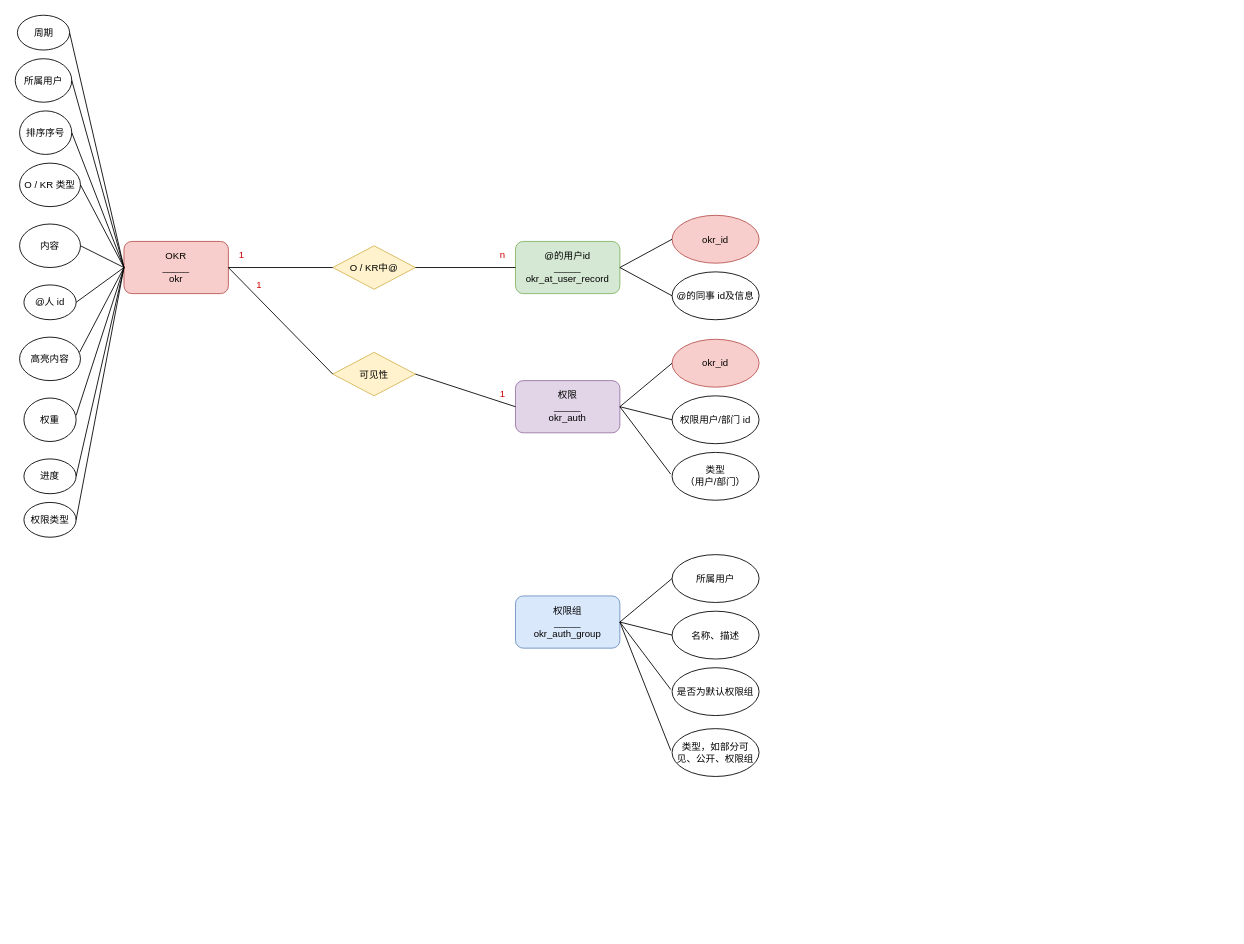
Before: com.ygq/frame/OKR-ER.drawio in ythawed/diagrams, a draw.io diagram. Source tidied: cells renumbered, new cells numbered last; positions are measured from the earlier drawing's top-left corner, leaving out a move shared by most shapes. Both pictures are drawn from the tidied source at 87%, with x=0, y=0 at pixel (15, 15).
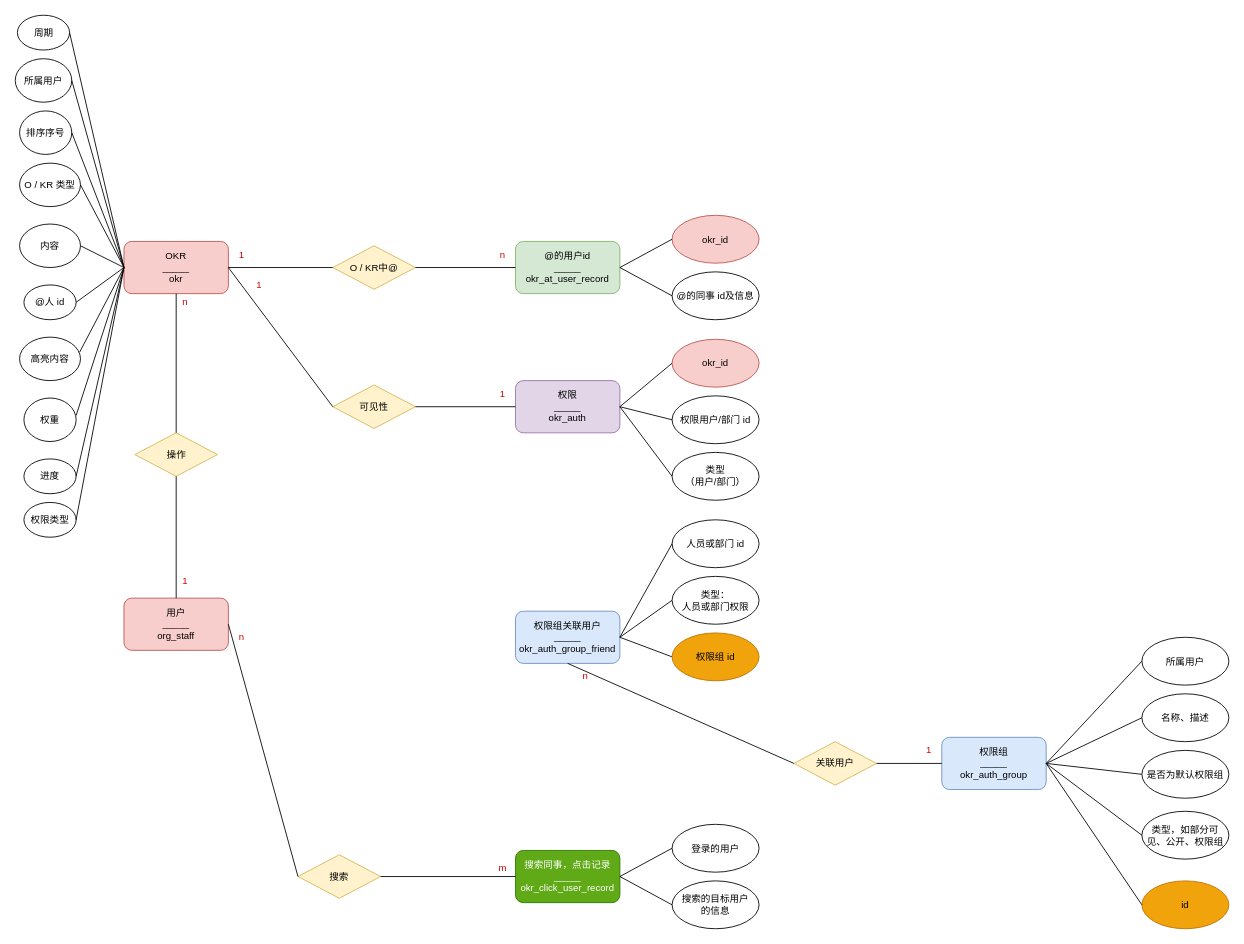
The same diagram, later.

The change refers to these unchanged cells:
```xml
<mxCell id="2" value="OKR&lt;br&gt;_____&lt;br&gt;okr" style="rounded=1;whiteSpace=wrap;html=1;fontFamily=Helvetica;fontSize=11;fillColor=#f8cecc;strokeColor=#b85450;" parent="1" vertex="1">
  <mxGeometry x="125" y="260" width="120" height="60" as="geometry" />
</mxCell>
<mxCell id="33" value="权限&lt;br&gt;_____&lt;br&gt;&lt;span style=&quot;font-size: 11px;&quot;&gt;okr_auth&lt;/span&gt;" style="rounded=1;whiteSpace=wrap;html=1;fontFamily=Helvetica;fontSize=11;fillColor=#e1d5e7;strokeColor=#9673a6;" parent="1" vertex="1">
  <mxGeometry x="575" y="420" width="120" height="60" as="geometry" />
</mxCell>
<mxCell id="38" value="类型&lt;br&gt;（用户/部门）" style="ellipse;whiteSpace=wrap;html=1;fontFamily=Helvetica;fontSize=11;fontColor=default;" parent="1" vertex="1">
  <mxGeometry x="755" y="502.5" width="100" height="55" as="geometry" />
</mxCell>
```

Change to the diagram source:
```diff
@@
-    <mxCell id="37" style="endArrow=none;html=1;rounded=0;labelBackgroundColor=default;fontFamily=Helvetica;fontSize=11;fontColor=default;strokeColor=default;shape=connector;entryX=-0.015;entryY=0.456;entryDx=0;entryDy=0;exitX=1;exitY=0.5;exitDx=0;exitDy=0;entryPerimeter=0;" parent="1" edge="1" source="33" target="38">
+    <mxCell id="37" style="endArrow=none;html=1;rounded=0;labelBackgroundColor=default;fontFamily=Helvetica;fontSize=11;fontColor=default;strokeColor=default;shape=connector;entryX=0;entryY=0.5;entryDx=0;entryDy=0;exitX=1;exitY=0.5;exitDx=0;exitDy=0;" parent="1" edge="1" source="33" target="38">
       <mxGeometry relative="1" as="geometry" />
     </mxCell>
@@
     <mxCell id="40" value="可见性" style="rhombus;whiteSpace=wrap;html=1;fontFamily=Helvetica;fontSize=11;fillColor=#fff2cc;strokeColor=#d6b656;rotation=0;" parent="1" vertex="1">
-      <mxGeometry x="365" y="387.5" width="95" height="50" as="geometry" />
+      <mxGeometry x="365" y="425" width="95" height="50" as="geometry" />
     </mxCell>
@@
-    <mxCell id="45" value="权限组&lt;br&gt;_____&lt;br&gt;&lt;span style=&quot;font-size: 11px;&quot;&gt;okr_auth_group&lt;/span&gt;" style="rounded=1;whiteSpace=wrap;html=1;fontFamily=Helvetica;fontSize=11;fillColor=#dae8fc;strokeColor=#6c8ebf;" parent="1" vertex="1">
-      <mxGeometry x="575" y="667.5" width="120" height="60" as="geometry" />
+    <mxCell id="45" value="权限组关联用户&lt;br&gt;_____&lt;br&gt;&lt;span style=&quot;font-size: 11px;&quot;&gt;okr_auth_group_friend&lt;/span&gt;" style="rounded=1;whiteSpace=wrap;html=1;fontFamily=Helvetica;fontSize=11;fillColor=#dae8fc;strokeColor=#6c8ebf;" parent="1" vertex="1">
+      <mxGeometry x="575" y="685" width="120" height="60" as="geometry" />
     </mxCell>
-    <mxCell id="46" value="所属用户" style="ellipse;whiteSpace=wrap;html=1;fontFamily=Helvetica;fontSize=11;" parent="1" vertex="1">
-      <mxGeometry x="755" y="620" width="100" height="55" as="geometry" />
+    <mxCell id="46" value="人员或部门 id" style="ellipse;whiteSpace=wrap;html=1;fontFamily=Helvetica;fontSize=11;" parent="1" vertex="1">
+      <mxGeometry x="755" y="580" width="100" height="55" as="geometry" />
     </mxCell>
-    <mxCell id="47" value="&lt;span style=&quot;font-size: 11px;&quot;&gt;名称、描述&lt;/span&gt;" style="ellipse;whiteSpace=wrap;html=1;fontFamily=Helvetica;fontSize=11;fontColor=default;" parent="1" vertex="1">
-      <mxGeometry x="755" y="685" width="100" height="55" as="geometry" />
+    <mxCell id="47" value="&lt;span style=&quot;font-size: 11px;&quot;&gt;类型：&lt;br&gt;人员或部门权限&lt;/span&gt;" style="ellipse;whiteSpace=wrap;html=1;fontFamily=Helvetica;fontSize=11;fontColor=default;" parent="1" vertex="1">
+      <mxGeometry x="755" y="645" width="100" height="55" as="geometry" />
     </mxCell>
@@
-    <mxCell id="49" style="endArrow=none;html=1;rounded=0;labelBackgroundColor=default;fontFamily=Helvetica;fontSize=11;fontColor=default;strokeColor=default;shape=connector;entryX=-0.015;entryY=0.456;entryDx=0;entryDy=0;exitX=1;exitY=0.5;exitDx=0;exitDy=0;entryPerimeter=0;" parent="1" edge="1" source="45" target="50">
+    <mxCell id="49" style="endArrow=none;html=1;rounded=0;labelBackgroundColor=default;fontFamily=Helvetica;fontSize=11;fontColor=default;strokeColor=default;shape=connector;entryX=0;entryY=0.5;entryDx=0;entryDy=0;exitX=1;exitY=0.5;exitDx=0;exitDy=0;" parent="1" edge="1" source="45" target="50">
       <mxGeometry relative="1" as="geometry" />
     </mxCell>
-    <mxCell id="50" value="是否为默认权限组" style="ellipse;whiteSpace=wrap;html=1;fontFamily=Helvetica;fontSize=11;fontColor=default;" parent="1" vertex="1">
-      <mxGeometry x="755" y="750" width="100" height="55" as="geometry" />
+    <mxCell id="50" value="权限组 id" style="ellipse;whiteSpace=wrap;html=1;fontFamily=Helvetica;fontSize=11;fontColor=#000000;fillColor=#f0a30a;strokeColor=#BD7000;" parent="1" vertex="1">
+      <mxGeometry x="755" y="710" width="100" height="55" as="geometry" />
     </mxCell>
@@
-    <mxCell id="52" style="endArrow=none;html=1;rounded=0;labelBackgroundColor=default;fontFamily=Helvetica;fontSize=11;fontColor=default;strokeColor=default;shape=connector;entryX=-0.015;entryY=0.456;entryDx=0;entryDy=0;exitX=1;exitY=0.5;exitDx=0;exitDy=0;entryPerimeter=0;" parent="1" edge="1" source="45" target="53">
-      <mxGeometry relative="1" as="geometry" />
-    </mxCell>
+    <mxCell id="54" value="权限组&lt;br&gt;_____&lt;br&gt;&lt;span style=&quot;font-size: 11px;&quot;&gt;okr_auth_group&lt;/span&gt;" style="rounded=1;whiteSpace=wrap;html=1;fontFamily=Helvetica;fontSize=11;fillColor=#dae8fc;strokeColor=#6c8ebf;" parent="1" vertex="1">
+      <mxGeometry x="1065" y="830" width="120" height="60" as="geometry" />
+    </mxCell>
+    <mxCell id="55" value="所属用户" style="ellipse;whiteSpace=wrap;html=1;fontFamily=Helvetica;fontSize=11;" parent="1" vertex="1">
+      <mxGeometry x="1295" y="715" width="100" height="55" as="geometry" />
+    </mxCell>
+    <mxCell id="56" value="&lt;span style=&quot;font-size: 11px;&quot;&gt;名称、描述&lt;/span&gt;" style="ellipse;whiteSpace=wrap;html=1;fontFamily=Helvetica;fontSize=11;fontColor=default;" parent="1" vertex="1">
+      <mxGeometry x="1295" y="780" width="100" height="55" as="geometry" />
+    </mxCell>
+    <mxCell id="57" style="endArrow=none;html=1;rounded=0;labelBackgroundColor=default;fontFamily=Helvetica;fontSize=11;fontColor=default;strokeColor=default;shape=connector;entryX=0;entryY=0.5;entryDx=0;entryDy=0;exitX=1;exitY=0.5;exitDx=0;exitDy=0;" parent="1" edge="1" source="54" target="55">
+      <mxGeometry relative="1" as="geometry" />
+    </mxCell>
+    <mxCell id="58" style="endArrow=none;html=1;rounded=0;labelBackgroundColor=default;fontFamily=Helvetica;fontSize=11;fontColor=default;strokeColor=default;shape=connector;entryX=0;entryY=0.5;entryDx=0;entryDy=0;exitX=1;exitY=0.5;exitDx=0;exitDy=0;" parent="1" edge="1" source="54" target="59">
+      <mxGeometry relative="1" as="geometry" />
+    </mxCell>
+    <mxCell id="59" value="是否为默认权限组" style="ellipse;whiteSpace=wrap;html=1;fontFamily=Helvetica;fontSize=11;fontColor=default;" parent="1" vertex="1">
+      <mxGeometry x="1295" y="845" width="100" height="55" as="geometry" />
+    </mxCell>
+    <mxCell id="60" style="endArrow=none;html=1;rounded=0;labelBackgroundColor=default;fontFamily=Helvetica;fontSize=11;fontColor=default;strokeColor=default;shape=connector;entryX=0;entryY=0.5;entryDx=0;entryDy=0;exitX=1;exitY=0.5;exitDx=0;exitDy=0;" parent="1" edge="1" source="54" target="56">
+      <mxGeometry relative="1" as="geometry" />
+    </mxCell>
+    <mxCell id="61" style="endArrow=none;html=1;rounded=0;labelBackgroundColor=default;fontFamily=Helvetica;fontSize=11;fontColor=default;strokeColor=default;shape=connector;entryX=0;entryY=0.5;entryDx=0;entryDy=0;exitX=1;exitY=0.5;exitDx=0;exitDy=0;" parent="1" edge="1" source="54" target="53">
+      <mxGeometry relative="1" as="geometry" />
+    </mxCell>
     <mxCell id="53" value="类型，如部分可见、公开、权限组" style="ellipse;whiteSpace=wrap;html=1;fontFamily=Helvetica;fontSize=11;fontColor=default;" parent="1" vertex="1">
-      <mxGeometry x="755" y="820" width="100" height="55" as="geometry" />
+      <mxGeometry x="1295" y="915" width="100" height="55" as="geometry" />
     </mxCell>
+    <mxCell id="62" value="id" style="ellipse;whiteSpace=wrap;html=1;fontFamily=Helvetica;fontSize=11;fillColor=#f0a30a;strokeColor=#BD7000;fontColor=#000000;" parent="1" vertex="1">
+      <mxGeometry x="1295" y="995" width="100" height="55" as="geometry" />
+    </mxCell>
+    <mxCell id="63" style="endArrow=none;html=1;rounded=0;labelBackgroundColor=default;fontFamily=Helvetica;fontSize=11;fontColor=default;strokeColor=default;shape=connector;entryX=0;entryY=0.5;entryDx=0;entryDy=0;exitX=1;exitY=0.5;exitDx=0;exitDy=0;" parent="1" edge="1" source="54" target="62">
+      <mxGeometry relative="1" as="geometry" />
+    </mxCell>
+    <mxCell id="64" value="关联用户" style="rhombus;whiteSpace=wrap;html=1;fontFamily=Helvetica;fontSize=11;fillColor=#fff2cc;strokeColor=#d6b656;rotation=0;" parent="1" vertex="1">
+      <mxGeometry x="895" y="835" width="95" height="50" as="geometry" />
+    </mxCell>
+    <mxCell id="65" style="endArrow=none;html=1;rounded=0;labelBackgroundColor=default;fontFamily=Helvetica;fontSize=11;fontColor=default;strokeColor=default;shape=connector;exitX=1;exitY=0.5;exitDx=0;exitDy=0;entryX=0;entryY=0.5;entryDx=0;entryDy=0;" parent="1" edge="1" source="64" target="54">
+      <mxGeometry relative="1" as="geometry" />
+    </mxCell>
+    <mxCell id="66" style="endArrow=none;html=1;rounded=0;labelBackgroundColor=default;fontFamily=Helvetica;fontSize=11;fontColor=default;strokeColor=default;shape=connector;entryX=0;entryY=0.5;entryDx=0;entryDy=0;exitX=0.5;exitY=1;exitDx=0;exitDy=0;" parent="1" edge="1" source="45" target="64">
+      <mxGeometry relative="1" as="geometry" />
+    </mxCell>
+    <mxCell id="67" value="n" style="text;html=1;align=center;verticalAlign=middle;strokeColor=none;fillColor=none;fontSize=11;fontFamily=Helvetica;fontColor=#CC0000;" parent="1" vertex="1">
+      <mxGeometry x="640" y="745" width="30" height="30" as="geometry" />
+    </mxCell>
+    <mxCell id="68" value="1" style="text;html=1;align=center;verticalAlign=middle;strokeColor=none;fillColor=none;fontSize=11;fontFamily=Helvetica;fontColor=#CC0000;" parent="1" vertex="1">
+      <mxGeometry x="1035" y="830" width="30" height="30" as="geometry" />
+    </mxCell>
+    <mxCell id="69" value="搜索同事，点击记录&lt;br&gt;_____&lt;br&gt;&lt;span style=&quot;font-size: 11px;&quot;&gt;okr_click_user_record&lt;/span&gt;" style="rounded=1;whiteSpace=wrap;html=1;fontFamily=Helvetica;fontSize=11;fillColor=#60a917;strokeColor=#2D7600;fontColor=#ffffff;" parent="1" vertex="1">
+      <mxGeometry x="575" y="960" width="120" height="60" as="geometry" />
+    </mxCell>
+    <mxCell id="70" value="登录的用户" style="ellipse;whiteSpace=wrap;html=1;fontFamily=Helvetica;fontSize=11;" parent="1" vertex="1">
+      <mxGeometry x="755" y="930" width="100" height="55" as="geometry" />
+    </mxCell>
+    <mxCell id="71" value="&lt;span style=&quot;font-size: 11px;&quot;&gt;搜索的目标用户&lt;br&gt;的信息&lt;/span&gt;" style="ellipse;whiteSpace=wrap;html=1;fontFamily=Helvetica;fontSize=11;fontColor=default;" parent="1" vertex="1">
+      <mxGeometry x="755" y="995" width="100" height="55" as="geometry" />
+    </mxCell>
+    <mxCell id="72" style="endArrow=none;html=1;rounded=0;labelBackgroundColor=default;fontFamily=Helvetica;fontSize=11;fontColor=default;strokeColor=default;shape=connector;entryX=0;entryY=0.5;entryDx=0;entryDy=0;exitX=1;exitY=0.5;exitDx=0;exitDy=0;" parent="1" edge="1" source="69" target="70">
+      <mxGeometry relative="1" as="geometry" />
+    </mxCell>
+    <mxCell id="73" style="endArrow=none;html=1;rounded=0;labelBackgroundColor=default;fontFamily=Helvetica;fontSize=11;fontColor=default;strokeColor=default;shape=connector;entryX=0;entryY=0.5;entryDx=0;entryDy=0;exitX=1;exitY=0.5;exitDx=0;exitDy=0;" parent="1" edge="1" source="69" target="71">
+      <mxGeometry relative="1" as="geometry" />
+    </mxCell>
+    <mxCell id="74" value="用户&lt;br&gt;_____&lt;br&gt;org_staff" style="rounded=1;whiteSpace=wrap;html=1;fontFamily=Helvetica;fontSize=11;fillColor=#f8cecc;strokeColor=#b85450;" parent="1" vertex="1">
+      <mxGeometry x="125" y="670" width="120" height="60" as="geometry" />
+    </mxCell>
+    <mxCell id="75" value="搜索" style="rhombus;whiteSpace=wrap;html=1;fontFamily=Helvetica;fontSize=11;fillColor=#fff2cc;strokeColor=#d6b656;rotation=0;" parent="1" vertex="1">
+      <mxGeometry x="325" y="965" width="95" height="50" as="geometry" />
+    </mxCell>
+    <mxCell id="76" style="endArrow=none;html=1;rounded=0;labelBackgroundColor=default;fontFamily=Helvetica;fontSize=11;fontColor=default;strokeColor=default;shape=connector;entryX=0;entryY=0.5;entryDx=0;entryDy=0;exitX=1;exitY=0.5;exitDx=0;exitDy=0;" parent="1" edge="1" source="74" target="75">
+      <mxGeometry relative="1" as="geometry" />
+    </mxCell>
+    <mxCell id="77" style="endArrow=none;html=1;rounded=0;labelBackgroundColor=default;fontFamily=Helvetica;fontSize=11;fontColor=default;strokeColor=default;shape=connector;entryX=0;entryY=0.5;entryDx=0;entryDy=0;exitX=1;exitY=0.5;exitDx=0;exitDy=0;" parent="1" edge="1" source="75" target="69">
+      <mxGeometry relative="1" as="geometry" />
+    </mxCell>
+    <mxCell id="78" value="n" style="text;html=1;align=center;verticalAlign=middle;strokeColor=none;fillColor=none;fontSize=11;fontFamily=Helvetica;fontColor=#CC0000;" parent="1" vertex="1">
+      <mxGeometry x="245" y="700" width="30" height="30" as="geometry" />
+    </mxCell>
+    <mxCell id="79" value="m" style="text;html=1;align=center;verticalAlign=middle;strokeColor=none;fillColor=none;fontSize=11;fontFamily=Helvetica;fontColor=#CC0000;" parent="1" vertex="1">
+      <mxGeometry x="545" y="965" width="30" height="30" as="geometry" />
+    </mxCell>
+    <mxCell id="80" value="操作" style="rhombus;whiteSpace=wrap;html=1;fontFamily=Helvetica;fontSize=11;fillColor=#fff2cc;strokeColor=#d6b656;rotation=0;" parent="1" vertex="1">
+      <mxGeometry x="137.5" y="480" width="95" height="50" as="geometry" />
+    </mxCell>
+    <mxCell id="81" style="endArrow=none;html=1;rounded=0;labelBackgroundColor=default;fontFamily=Helvetica;fontSize=11;fontColor=default;strokeColor=default;shape=connector;entryX=0.5;entryY=0;entryDx=0;entryDy=0;exitX=0.5;exitY=1;exitDx=0;exitDy=0;" parent="1" edge="1" source="2" target="80">
+      <mxGeometry relative="1" as="geometry" />
+    </mxCell>
+    <mxCell id="82" style="endArrow=none;html=1;rounded=0;labelBackgroundColor=default;fontFamily=Helvetica;fontSize=11;fontColor=default;strokeColor=default;shape=connector;entryX=0.5;entryY=0;entryDx=0;entryDy=0;exitX=0.5;exitY=1;exitDx=0;exitDy=0;" parent="1" edge="1" source="80" target="74">
+      <mxGeometry relative="1" as="geometry" />
+    </mxCell>
+    <mxCell id="83" value="1" style="text;html=1;align=center;verticalAlign=middle;strokeColor=none;fillColor=none;fontSize=11;fontFamily=Helvetica;fontColor=#CC0000;" parent="1" vertex="1">
+      <mxGeometry x="180" y="635" width="30" height="30" as="geometry" />
+    </mxCell>
+    <mxCell id="84" value="n" style="text;html=1;align=center;verticalAlign=middle;strokeColor=none;fillColor=none;fontSize=11;fontFamily=Helvetica;fontColor=#CC0000;" parent="1" vertex="1">
+      <mxGeometry x="180" y="315" width="30" height="30" as="geometry" />
+    </mxCell>
```
